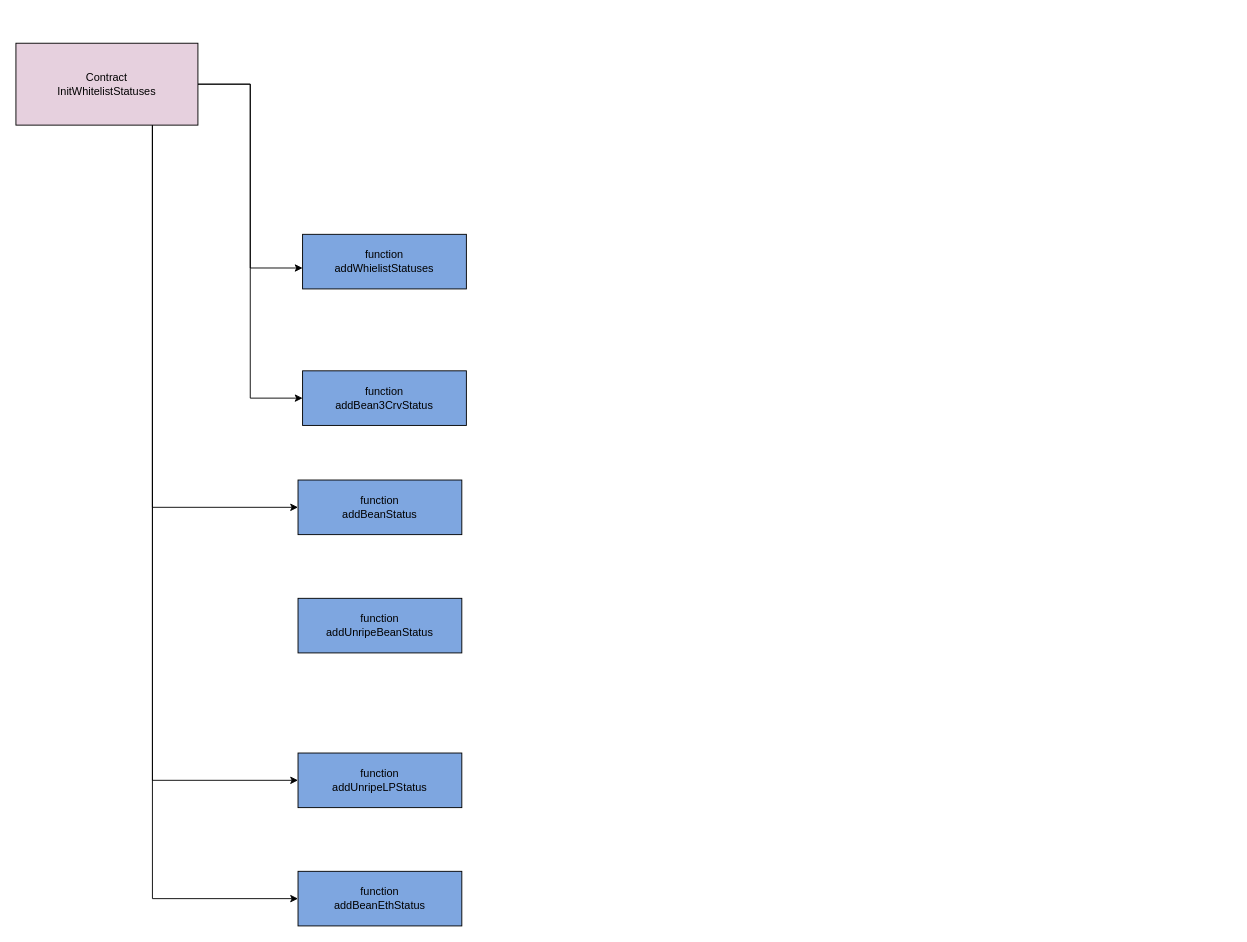
Earlier version of the draw.io diagram BeanStalk_Functionality.drawio (stephenyang21/diagram). Source tidied: cells renumbered, new cells numbered last; positions are measured from the earlier drawing's top-left corner, leaving out a move shared by most shapes. Both pictures are drawn from the tidied source at 91%, with x=0, y=0 at pixel (15, 43).
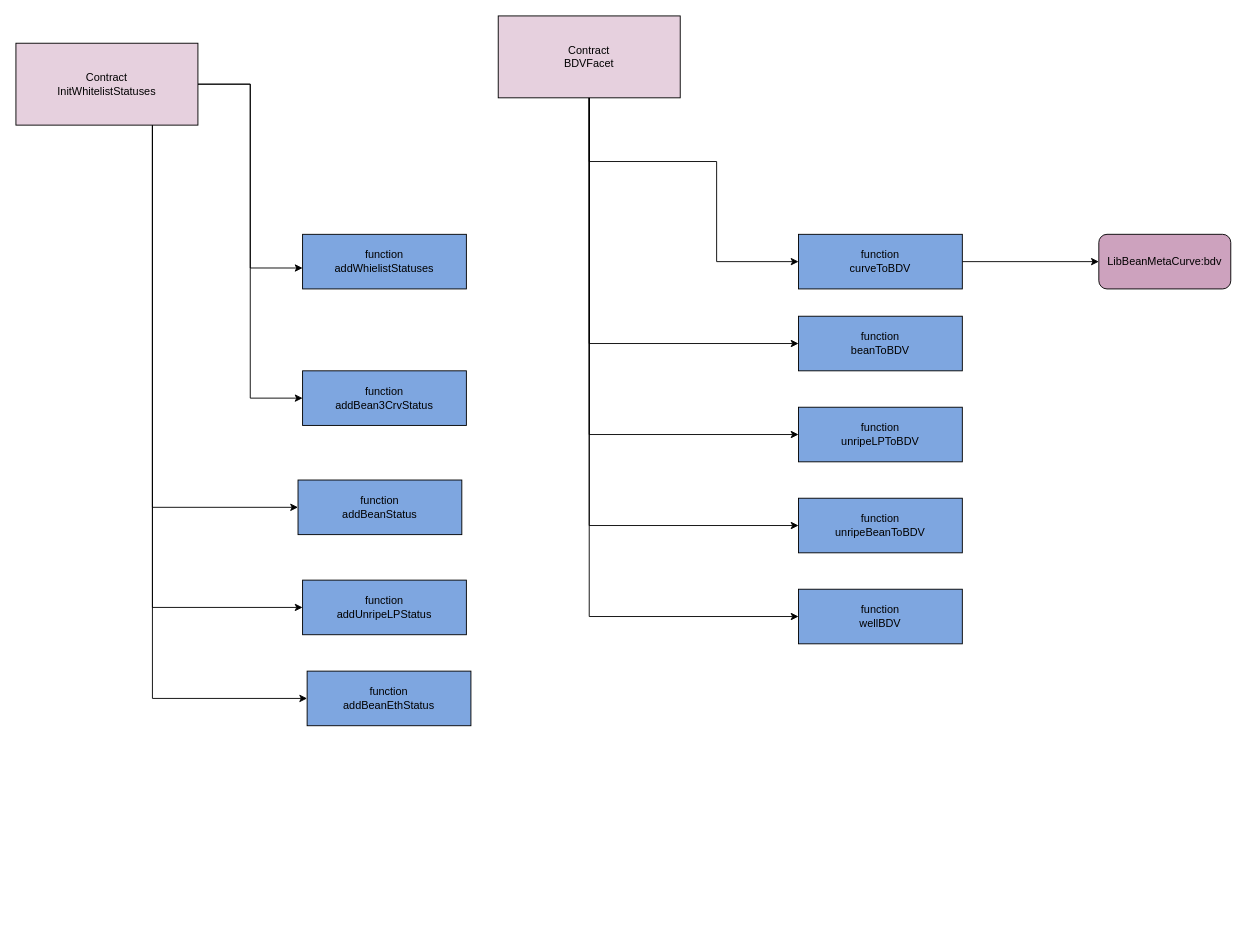
After the change.

Unchanged cells that the change refers to:
```xml
<mxCell id="7" value="Contract&lt;br&gt;InitWhitelistStatuses" style="rounded=0;whiteSpace=wrap;html=1;fillColor=#E6D0DE;" parent="1" vertex="1">
  <mxGeometry width="200" height="90" as="geometry" />
</mxCell>
```

Diff of the diagram source:
```diff
@@
     <mxCell id="5" style="edgeStyle=orthogonalEdgeStyle;rounded=0;jettySize=auto;html=1;entryX=0;entryY=0.5;entryDx=0;entryDy=0;" parent="1" edge="1" source="7" target="12">
       <mxGeometry relative="1" as="geometry">
         <Array as="points">
-          <mxPoint x="150" y="810" />
+          <mxPoint x="150" y="620" />
         </Array>
       </mxGeometry>
     </mxCell>
     <mxCell id="6" style="edgeStyle=orthogonalEdgeStyle;rounded=0;jettySize=auto;html=1;entryX=0;entryY=0.5;entryDx=0;entryDy=0;" parent="1" edge="1" source="7" target="13">
       <mxGeometry relative="1" as="geometry">
         <Array as="points">
-          <mxPoint x="150" y="940" />
+          <mxPoint x="150" y="720" />
         </Array>
       </mxGeometry>
     </mxCell>
@@
-    <mxCell id="11" value="function&lt;br&gt;addUnripeBeanStatus" style="whiteSpace=wrap;html=1;rounded=0;fillColor=#7EA6E0;" parent="1" vertex="1">
-      <mxGeometry x="310" y="610" width="180" height="60" as="geometry" />
-    </mxCell>
     <mxCell id="12" value="function&lt;br&gt;addUnripeLPStatus" style="whiteSpace=wrap;html=1;rounded=0;fillColor=#7EA6E0;" parent="1" vertex="1">
-      <mxGeometry x="310" y="780" width="180" height="60" as="geometry" />
+      <mxGeometry x="315" y="590" width="180" height="60" as="geometry" />
     </mxCell>
     <mxCell id="13" value="function&lt;br&gt;addBeanEthStatus" style="whiteSpace=wrap;html=1;rounded=0;fillColor=#7EA6E0;" parent="1" vertex="1">
-      <mxGeometry x="310" y="910" width="180" height="60" as="geometry" />
+      <mxGeometry x="320" y="690" width="180" height="60" as="geometry" />
     </mxCell>
+    <mxCell id="14" style="edgeStyle=orthogonalEdgeStyle;rounded=0;jettySize=auto;html=1;entryX=0;entryY=0.5;entryDx=0;entryDy=0;" parent="1" edge="1" source="19" target="21">
+      <mxGeometry relative="1" as="geometry">
+        <Array as="points">
+          <mxPoint x="630" y="130" />
+          <mxPoint x="770" y="130" />
+          <mxPoint x="770" y="240" />
+        </Array>
+      </mxGeometry>
+    </mxCell>
+    <mxCell id="15" style="edgeStyle=orthogonalEdgeStyle;rounded=0;jettySize=auto;html=1;entryX=0;entryY=0.5;entryDx=0;entryDy=0;" parent="1" edge="1" target="22">
+      <mxGeometry relative="1" as="geometry">
+        <mxPoint x="630" y="-10" as="sourcePoint" />
+        <Array as="points">
+          <mxPoint x="630" y="330" />
+        </Array>
+      </mxGeometry>
+    </mxCell>
+    <mxCell id="16" style="edgeStyle=orthogonalEdgeStyle;rounded=0;jettySize=auto;html=1;entryX=0;entryY=0.5;entryDx=0;entryDy=0;" parent="1" edge="1" target="23">
+      <mxGeometry relative="1" as="geometry">
+        <mxPoint x="630" y="-10" as="sourcePoint" />
+        <Array as="points">
+          <mxPoint x="630" y="430" />
+        </Array>
+      </mxGeometry>
+    </mxCell>
+    <mxCell id="17" style="edgeStyle=orthogonalEdgeStyle;rounded=0;jettySize=auto;html=1;entryX=0;entryY=0.5;entryDx=0;entryDy=0;" parent="1" edge="1" source="19" target="25">
+      <mxGeometry relative="1" as="geometry">
+        <Array as="points">
+          <mxPoint x="630" y="630" />
+        </Array>
+      </mxGeometry>
+    </mxCell>
+    <mxCell id="18" style="edgeStyle=orthogonalEdgeStyle;rounded=0;jettySize=auto;html=1;entryX=0;entryY=0.5;entryDx=0;entryDy=0;" parent="1" edge="1" source="19" target="24">
+      <mxGeometry relative="1" as="geometry">
+        <Array as="points">
+          <mxPoint x="630" y="530" />
+        </Array>
+      </mxGeometry>
+    </mxCell>
+    <mxCell id="19" value="Contract&lt;br&gt;BDVFacet" style="rounded=0;whiteSpace=wrap;html=1;fillColor=#E6D0DE;" parent="1" vertex="1">
+      <mxGeometry x="530" y="-30" width="200" height="90" as="geometry" />
+    </mxCell>
+    <mxCell id="20" style="edgeStyle=orthogonalEdgeStyle;rounded=0;jettySize=auto;html=1;entryX=0;entryY=0.5;entryDx=0;entryDy=0;" parent="1" edge="1" source="21" target="26">
+      <mxGeometry relative="1" as="geometry" />
+    </mxCell>
+    <mxCell id="21" value="function&lt;br&gt;curveToBDV" style="whiteSpace=wrap;html=1;rounded=0;fillColor=#7EA6E0;" parent="1" vertex="1">
+      <mxGeometry x="860" y="210" width="180" height="60" as="geometry" />
+    </mxCell>
+    <mxCell id="22" value="function&lt;br&gt;beanToBDV" style="whiteSpace=wrap;html=1;rounded=0;fillColor=#7EA6E0;" parent="1" vertex="1">
+      <mxGeometry x="860" y="300" width="180" height="60" as="geometry" />
+    </mxCell>
+    <mxCell id="23" value="function&lt;br&gt;unripeLPToBDV" style="whiteSpace=wrap;html=1;rounded=0;fillColor=#7EA6E0;" parent="1" vertex="1">
+      <mxGeometry x="860" y="400" width="180" height="60" as="geometry" />
+    </mxCell>
+    <mxCell id="24" value="function&lt;br&gt;unripeBeanToBDV" style="whiteSpace=wrap;html=1;rounded=0;fillColor=#7EA6E0;" parent="1" vertex="1">
+      <mxGeometry x="860" y="500" width="180" height="60" as="geometry" />
+    </mxCell>
+    <mxCell id="25" value="function&lt;br&gt;wellBDV" style="whiteSpace=wrap;html=1;rounded=0;fillColor=#7EA6E0;" parent="1" vertex="1">
+      <mxGeometry x="860" y="600" width="180" height="60" as="geometry" />
+    </mxCell>
+    <mxCell id="26" value="LibBeanMetaCurve:bdv" style="rounded=1;whiteSpace=wrap;html=1;fillColor=#CDA2BE;" parent="1" vertex="1">
+      <mxGeometry x="1190" y="210" width="145" height="60" as="geometry" />
+    </mxCell>
```
